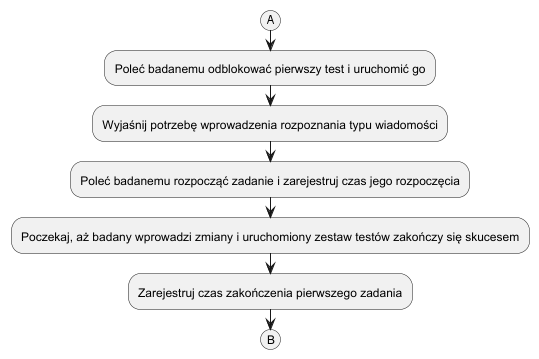
The PlantUML diagram diagramy/badanie_zadanie1.png in puradawid/master-thesis, before a commit. The source it was exported from:
```plantuml
@startuml
(A)
:Poleć badanemu odblokować pierwszy test i uruchomić go;
:Wyjaśnij potrzebę wprowadzenia rozpoznania typu wiadomości;
:Poleć badanemu rozpocząć zadanie i zarejestruj czas jego rozpoczęcia;
:Poczekaj, aż badany wprowadzi zmiany i uruchomiony zestaw testów zakończy się skucesem;
:Zarejestruj czas zakończenia pierwszego zadania;
(B)
@enduml
```
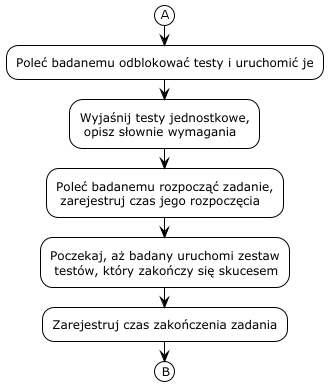
After the commit.

Diff of the diagram source:
```diff
@@ -1,9 +1,13 @@
 @startuml
+!theme plain
 (A)
-:Poleć badanemu odblokować pierwszy test i uruchomić go;
-:Wyjaśnij potrzebę wprowadzenia rozpoznania typu wiadomości;
-:Poleć badanemu rozpocząć zadanie i zarejestruj czas jego rozpoczęcia;
-:Poczekaj, aż badany wprowadzi zmiany i uruchomiony zestaw testów zakończy się skucesem;
-:Zarejestruj czas zakończenia pierwszego zadania;
+:Poleć badanemu odblokować testy i uruchomić je;
+:Wyjaśnij testy jednostkowe,
+ opisz słownie wymagania;
+:Poleć badanemu rozpocząć zadanie,
+ zarejestruj czas jego rozpoczęcia;
+:Poczekaj, aż badany uruchomi zestaw
+ testów, który zakończy się skucesem;
+:Zarejestruj czas zakończenia zadania;
 (B)
 @enduml
```
